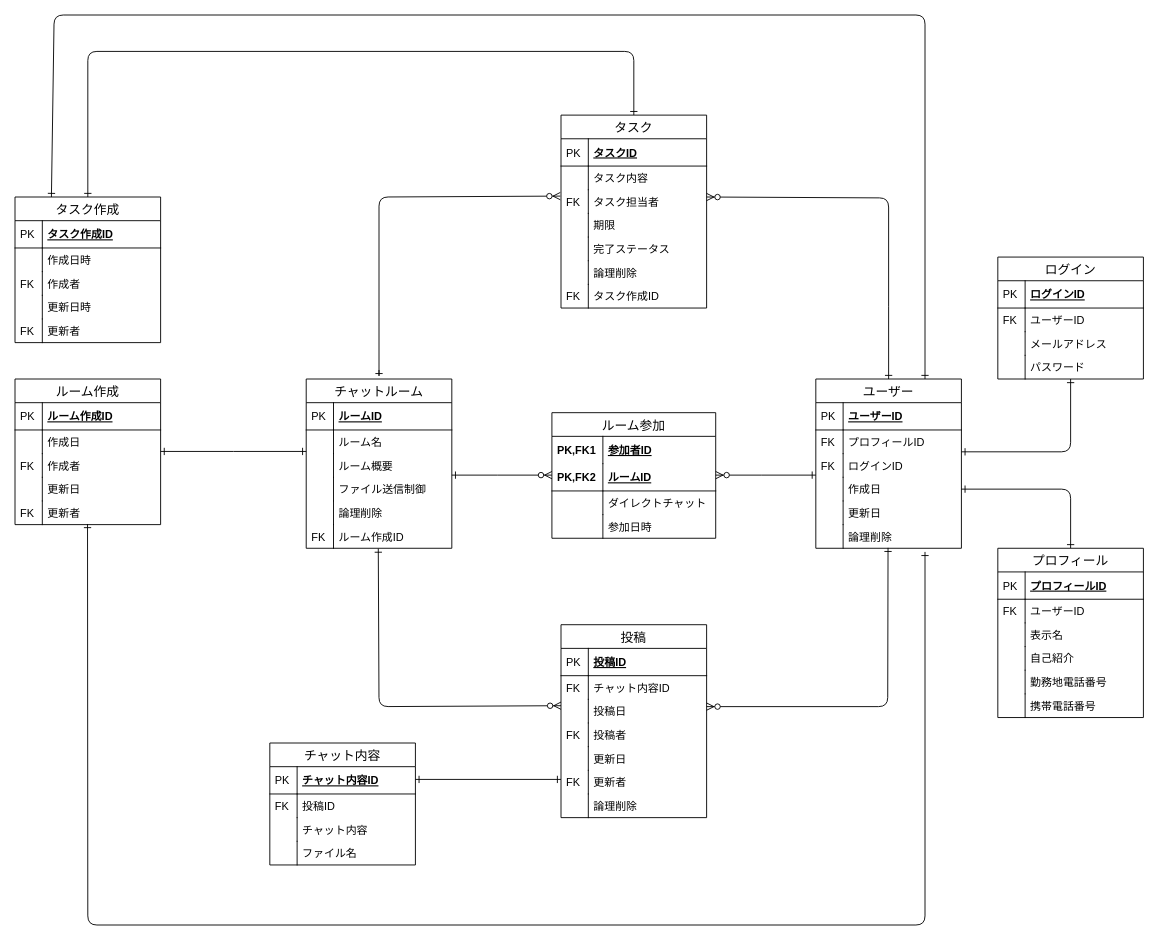
Before: db/db-challenge1/er.drawio in oyoyo55/quelcode-db, a draw.io diagram. Source tidied: cells renumbered, new cells numbered last; positions are measured from the earlier drawing's top-left corner, leaving out a move shared by most shapes. Both pictures are drawn from the tidied source at 91%, with x=0, y=0 at pixel (15, 15).
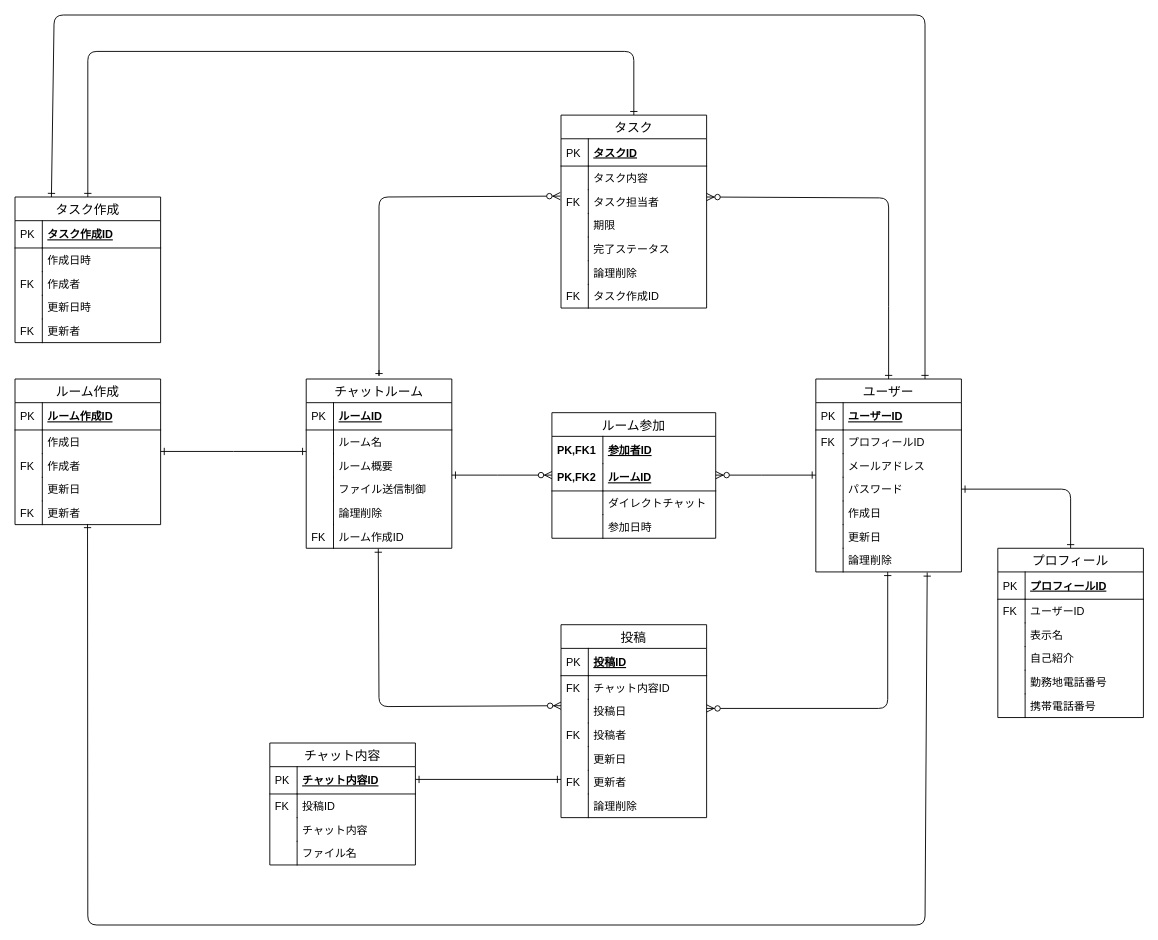
The same page after the edit.

Commit message:
ユーザーとログイン情報の合体

The change refers to these unchanged cells:
```xml
<mxCell id="27" value="更新者" style="shape=partialRectangle;top=0;left=0;right=0;bottom=0;align=left;verticalAlign=top;fillColor=none;spacingLeft=34;spacingRight=4;overflow=hidden;points=[[0,0.5],[1,0.5]];portConstraint=eastwest;fontSize=12;" parent="18" vertex="1">
  <mxGeometry y="134" width="160" height="26" as="geometry" />
</mxCell>
<mxCell id="95" value="プロフィール" style="swimlane;fontStyle=0;horizontal=1;startSize=26;align=center;fontSize=14;" parent="1" vertex="1">
  <mxGeometry x="1080" y="586" width="160" height="186" as="geometry" />
</mxCell>
```

What changed in the source:
```diff
@@
-    <mxCell id="40" style="fontSize=12;html=1;endArrow=ERone;startArrow=ERone;exitX=1;exitY=0.5;exitDx=0;exitDy=0;entryX=0.5;entryY=0;entryDx=0;entryDy=0;startFill=0;endFill=0;" parent="1" edge="1" source="48" target="95">
+    <mxCell id="40" style="fontSize=12;html=1;endArrow=ERone;startArrow=ERone;exitX=1;exitY=0.5;exitDx=0;exitDy=0;entryX=0.5;entryY=0;entryDx=0;entryDy=0;startFill=0;endFill=0;" parent="1" edge="1" source="52" target="95">
       <mxGeometry relative="1" as="geometry">
         <Array as="points">
           <mxPoint x="1160" y="521" />
         </Array>
       </mxGeometry>
     </mxCell>
     <mxCell id="41" value="ユーザー" style="swimlane;fontStyle=0;horizontal=1;startSize=26;align=center;fontSize=14;" parent="1" vertex="1">
-      <mxGeometry x="880" y="400" width="160" height="186" as="geometry" />
+      <mxGeometry x="880" y="400" width="160" height="212" as="geometry" />
     </mxCell>
@@
-    <mxCell id="46" value="ログインID" style="shape=partialRectangle;top=0;left=0;right=0;bottom=0;align=left;verticalAlign=top;fillColor=none;spacingLeft=34;spacingRight=4;overflow=hidden;fontSize=12;" parent="41" vertex="1">
+    <mxCell id="46" value="メールアドレス" style="shape=partialRectangle;top=0;left=0;right=0;bottom=0;align=left;verticalAlign=top;fillColor=none;spacingLeft=34;spacingRight=4;overflow=hidden;fontSize=12;" parent="41" vertex="1">
       <mxGeometry y="82" width="160" height="26" as="geometry" />
     </mxCell>
-    <mxCell id="47" value="FK" style="shape=partialRectangle;top=0;left=0;bottom=0;fillColor=none;align=left;verticalAlign=top;spacingLeft=4;spacingRight=4;overflow=hidden;fontSize=12;" parent="46" vertex="1">
+    <mxCell id="47" style="shape=partialRectangle;top=0;left=0;bottom=0;fillColor=none;align=left;verticalAlign=top;spacingLeft=4;spacingRight=4;overflow=hidden;fontSize=12;" parent="46" vertex="1">
       <mxGeometry width="30" height="26" as="geometry" />
     </mxCell>
+    <mxCell id="52" value="パスワード" style="shape=partialRectangle;top=0;left=0;right=0;bottom=0;align=left;verticalAlign=top;fillColor=none;spacingLeft=34;spacingRight=4;overflow=hidden;points=[[0,0.5],[1,0.5]];portConstraint=eastwest;fontSize=12;" parent="41" vertex="1">
+      <mxGeometry y="108" width="160" height="26" as="geometry" />
+    </mxCell>
+    <mxCell id="53" style="shape=partialRectangle;top=0;left=0;bottom=0;fillColor=none;align=left;verticalAlign=top;spacingLeft=4;spacingRight=4;overflow=hidden;fontSize=12;" parent="52" vertex="1">
+      <mxGeometry width="30" height="26" as="geometry" />
+    </mxCell>
     <mxCell id="48" value="作成日" style="shape=partialRectangle;top=0;left=0;right=0;bottom=0;align=left;verticalAlign=top;fillColor=none;spacingLeft=34;spacingRight=4;overflow=hidden;points=[[0,0.5],[1,0.5]];portConstraint=eastwest;fontSize=12;" parent="41" vertex="1">
-      <mxGeometry y="108" width="160" height="26" as="geometry" />
+      <mxGeometry y="134" width="160" height="26" as="geometry" />
     </mxCell>
@@
     <mxCell id="50" value="更新日" style="shape=partialRectangle;top=0;left=0;right=0;bottom=0;align=left;verticalAlign=top;fillColor=none;spacingLeft=34;spacingRight=4;overflow=hidden;fontSize=12;" parent="41" vertex="1">
-      <mxGeometry y="134" width="160" height="26" as="geometry" />
+      <mxGeometry y="160" width="160" height="26" as="geometry" />
     </mxCell>
@@
-    <mxCell id="52" value="論理削除" style="shape=partialRectangle;top=0;left=0;right=0;bottom=0;align=left;verticalAlign=top;fillColor=none;spacingLeft=34;spacingRight=4;overflow=hidden;points=[[0,0.5],[1,0.5]];portConstraint=eastwest;fontSize=12;" parent="41" vertex="1">
-      <mxGeometry y="160" width="160" height="26" as="geometry" />
-    </mxCell>
-    <mxCell id="53" style="shape=partialRectangle;top=0;left=0;bottom=0;fillColor=none;align=left;verticalAlign=top;spacingLeft=4;spacingRight=4;overflow=hidden;fontSize=12;" parent="52" vertex="1">
-      <mxGeometry width="30" height="26" as="geometry" />
-    </mxCell>
-    <mxCell id="54" value="ログイン" style="swimlane;fontStyle=0;horizontal=1;startSize=26;align=center;fontSize=14;" parent="1" vertex="1">
-      <mxGeometry x="1080" y="266" width="160" height="134" as="geometry" />
-    </mxCell>
-    <mxCell id="55" value="ログインID" style="shape=partialRectangle;top=0;left=0;right=0;bottom=1;align=left;verticalAlign=middle;fillColor=none;spacingLeft=34;spacingRight=4;overflow=hidden;fontStyle=5;fontSize=12;" parent="54" vertex="1">
-      <mxGeometry y="26" width="160" height="30" as="geometry" />
-    </mxCell>
-    <mxCell id="56" value="PK" style="shape=partialRectangle;top=0;left=0;bottom=0;fillColor=none;align=left;verticalAlign=middle;spacingLeft=4;spacingRight=4;overflow=hidden;fontSize=12;" parent="55" vertex="1">
-      <mxGeometry width="30" height="30" as="geometry" />
-    </mxCell>
-    <mxCell id="57" value="ユーザーID" style="shape=partialRectangle;top=0;left=0;right=0;bottom=0;align=left;verticalAlign=top;fillColor=none;spacingLeft=34;spacingRight=4;overflow=hidden;fontSize=12;" parent="54" vertex="1">
-      <mxGeometry y="56" width="160" height="26" as="geometry" />
-    </mxCell>
-    <mxCell id="58" value="FK" style="shape=partialRectangle;top=0;left=0;bottom=0;fillColor=none;align=left;verticalAlign=top;spacingLeft=4;spacingRight=4;overflow=hidden;fontSize=12;" parent="57" vertex="1">
-      <mxGeometry width="30" height="26" as="geometry" />
-    </mxCell>
-    <mxCell id="59" value="メールアドレス" style="shape=partialRectangle;top=0;left=0;right=0;bottom=0;align=left;verticalAlign=top;fillColor=none;spacingLeft=34;spacingRight=4;overflow=hidden;fontSize=12;" parent="54" vertex="1">
-      <mxGeometry y="82" width="160" height="26" as="geometry" />
-    </mxCell>
-    <mxCell id="60" style="shape=partialRectangle;top=0;left=0;bottom=0;fillColor=none;align=left;verticalAlign=top;spacingLeft=4;spacingRight=4;overflow=hidden;fontSize=12;" parent="59" vertex="1">
-      <mxGeometry width="30" height="26" as="geometry" />
-    </mxCell>
-    <mxCell id="61" value="パスワード" style="shape=partialRectangle;top=0;left=0;right=0;bottom=0;align=left;verticalAlign=top;fillColor=none;spacingLeft=34;spacingRight=4;overflow=hidden;points=[[0,0.5],[1,0.5]];portConstraint=eastwest;fontSize=12;" parent="54" vertex="1">
-      <mxGeometry y="108" width="160" height="26" as="geometry" />
-    </mxCell>
-    <mxCell id="62" style="shape=partialRectangle;top=0;left=0;bottom=0;fillColor=none;align=left;verticalAlign=top;spacingLeft=4;spacingRight=4;overflow=hidden;fontSize=12;" parent="61" vertex="1">
-      <mxGeometry width="30" height="26" as="geometry" />
-    </mxCell>
-    <mxCell id="63" style="fontSize=12;html=1;endArrow=ERone;startArrow=ERone;entryX=0.5;entryY=1;entryDx=0;entryDy=0;entryPerimeter=0;endFill=0;startFill=0;" parent="1" edge="1" target="61">
-      <mxGeometry relative="1" as="geometry">
-        <mxPoint x="1040" y="480" as="sourcePoint" />
-        <Array as="points">
-          <mxPoint x="1160" y="480" />
-        </Array>
-      </mxGeometry>
-    </mxCell>
+    <mxCell id="133" value="論理削除" style="shape=partialRectangle;top=0;left=0;right=0;bottom=0;align=left;verticalAlign=top;fillColor=none;spacingLeft=34;spacingRight=4;overflow=hidden;points=[[0,0.5],[1,0.5]];portConstraint=eastwest;fontSize=12;" parent="41" vertex="1">
+      <mxGeometry y="186" width="160" height="26" as="geometry" />
+    </mxCell>
+    <mxCell id="134" style="shape=partialRectangle;top=0;left=0;bottom=0;fillColor=none;align=left;verticalAlign=top;spacingLeft=4;spacingRight=4;overflow=hidden;fontSize=12;" parent="133" vertex="1">
+      <mxGeometry width="30" height="26" as="geometry" />
+    </mxCell>
@@
-    <mxCell id="119" style="fontSize=12;html=1;endArrow=ERone;startArrow=ERzeroToMany;entryX=0.496;entryY=0.981;entryDx=0;entryDy=0;entryPerimeter=0;startFill=1;endFill=0;" parent="1" edge="1" target="52">
+    <mxCell id="119" style="fontSize=12;html=1;endArrow=ERone;startArrow=ERzeroToMany;startFill=1;endFill=0;" parent="1" edge="1">
       <mxGeometry relative="1" as="geometry">
-        <mxPoint x="760" y="760" as="sourcePoint" />
+        <mxPoint x="760" y="762" as="sourcePoint" />
+        <mxPoint x="959" y="612" as="targetPoint" />
         <Array as="points">
-          <mxPoint x="959" y="760" />
+          <mxPoint x="959" y="762" />
         </Array>
       </mxGeometry>
     </mxCell>
@@
-    <mxCell id="132" style="fontSize=12;html=1;endArrow=ERone;startArrow=ERone;entryX=0.498;entryY=0.974;entryDx=0;entryDy=0;entryPerimeter=0;endFill=0;startFill=0;" parent="1" edge="1" target="27">
+    <mxCell id="132" style="fontSize=12;html=1;endArrow=ERone;startArrow=ERone;entryX=0.498;entryY=0.974;entryDx=0;entryDy=0;entryPerimeter=0;endFill=0;startFill=0;exitX=0.765;exitY=1.023;exitDx=0;exitDy=0;exitPerimeter=0;" parent="1" edge="1" source="133" target="27">
       <mxGeometry relative="1" as="geometry">
-        <mxPoint x="1000" y="590" as="sourcePoint" />
         <Array as="points">
           <mxPoint x="1000" y="1000" />
           <mxPoint x="80" y="1000" />
         </Array>
       </mxGeometry>
     </mxCell>
```
